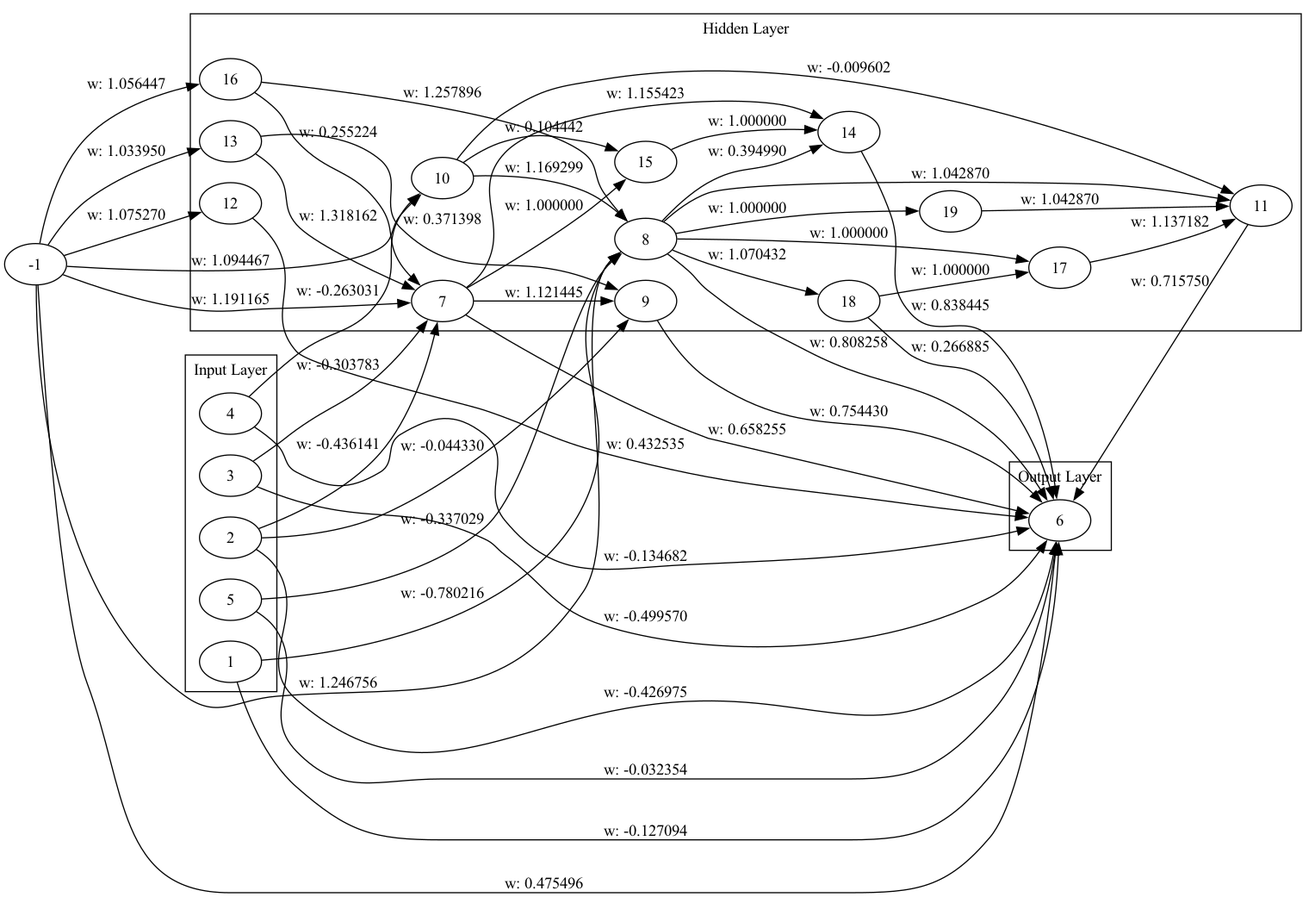
Earlier version of the Graphviz export genome_graph.png (malikAkurtz/TradingSystem). Its source is kept beside it as genome_graph.dot.
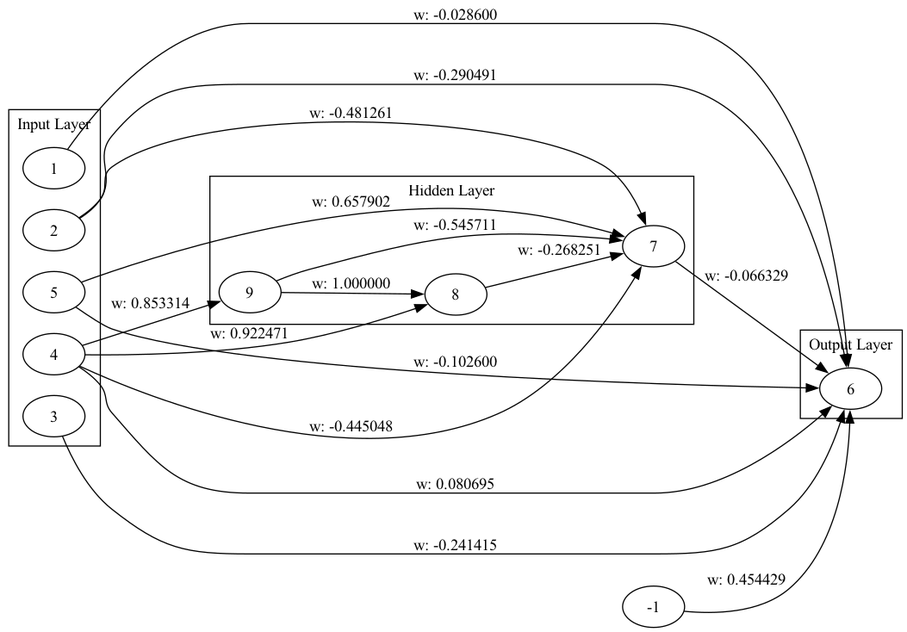
The same file after the commit.

The edit, as a diff of the source:
```diff
@@ -13,63 +13,24 @@
     7;
     8;
     9;
-    10;
-    11;
-    12;
-    13;
-    14;
-    15;
-    16;
-    17;
-    18;
-    19;
   }
   subgraph cluster_2 {
     label="Output Layer";
     6;
   }
-  1 -> 6 [label="w: -0.127094"];
-  2 -> 6 [label="w: -0.426975"];
-  3 -> 6 [label="w: -0.499570"];
-  4 -> 6 [label="w: -0.134682"];
-  5 -> 6 [label="w: -0.032354"];
-  -1 -> 6 [label="w: 0.475496"];
-  -1 -> 7 [label="w: 1.191165"];
-  7 -> 6 [label="w: 0.658255"];
-  -1 -> 8 [label="w: 1.246756"];
-  8 -> 6 [label="w: 0.808258"];
-  7 -> 9 [label="w: 1.121445"];
-  9 -> 6 [label="w: 0.754430"];
-  2 -> 7 [label="w: -0.436141"];
-  -1 -> 10 [label="w: 1.094467"];
-  10 -> 8 [label="w: 1.169299"];
-  3 -> 7 [label="w: -0.303783"];
-  2 -> 9 [label="w: -0.044330"];
-  8 -> 11 [label="w: 1.042870"];
-  11 -> 6 [label="w: 0.715750"];
-  1 -> 8 [label="w: -0.780216"];
-  -1 -> 12 [label="w: 1.075270"];
-  12 -> 6 [label="w: 0.432535"];
-  4 -> 10 [label="w: -0.263031"];
-  -1 -> 13 [label="w: 1.033950"];
-  13 -> 7 [label="w: 1.318162"];
-  13 -> 9 [label="w: 0.371398"];
-  7 -> 14 [label="w: 1.155423"];
-  14 -> 6 [label="w: 0.838445"];
-  5 -> 8 [label="w: -0.337029"];
-  10 -> 11 [label="w: -0.009602"];
-  7 -> 15 [label="w: 1.000000"];
-  15 -> 14 [label="w: 1.000000"];
-  10 -> 15 [label="w: 0.104442"];
-  -1 -> 16 [label="w: 1.056447"];
-  16 -> 8 [label="w: 1.257896"];
-  8 -> 17 [label="w: 1.000000"];
-  17 -> 11 [label="w: 1.137182"];
-  8 -> 18 [label="w: 1.070432"];
-  18 -> 17 [label="w: 1.000000"];
-  16 -> 7 [label="w: 0.255224"];
-  18 -> 6 [label="w: 0.266885"];
-  8 -> 19 [label="w: 1.000000"];
-  19 -> 11 [label="w: 1.042870"];
-  8 -> 14 [label="w: 0.394990"];
+  1 -> 6 [label="w: -0.028600"];
+  2 -> 6 [label="w: -0.290491"];
+  3 -> 6 [label="w: -0.241415"];
+  4 -> 6 [label="w: 0.080695"];
+  5 -> 6 [label="w: -0.102600"];
+  -1 -> 6 [label="w: 0.454429"];
+  4 -> 7 [label="w: -0.445048"];
+  7 -> 6 [label="w: -0.066329"];
+  5 -> 7 [label="w: 0.657902"];
+  2 -> 7 [label="w: -0.481261"];
+  4 -> 8 [label="w: 0.922471"];
+  8 -> 7 [label="w: -0.268251"];
+  4 -> 9 [label="w: 0.853314"];
+  9 -> 8 [label="w: 1.000000"];
+  9 -> 7 [label="w: -0.545711"];
 }
```
